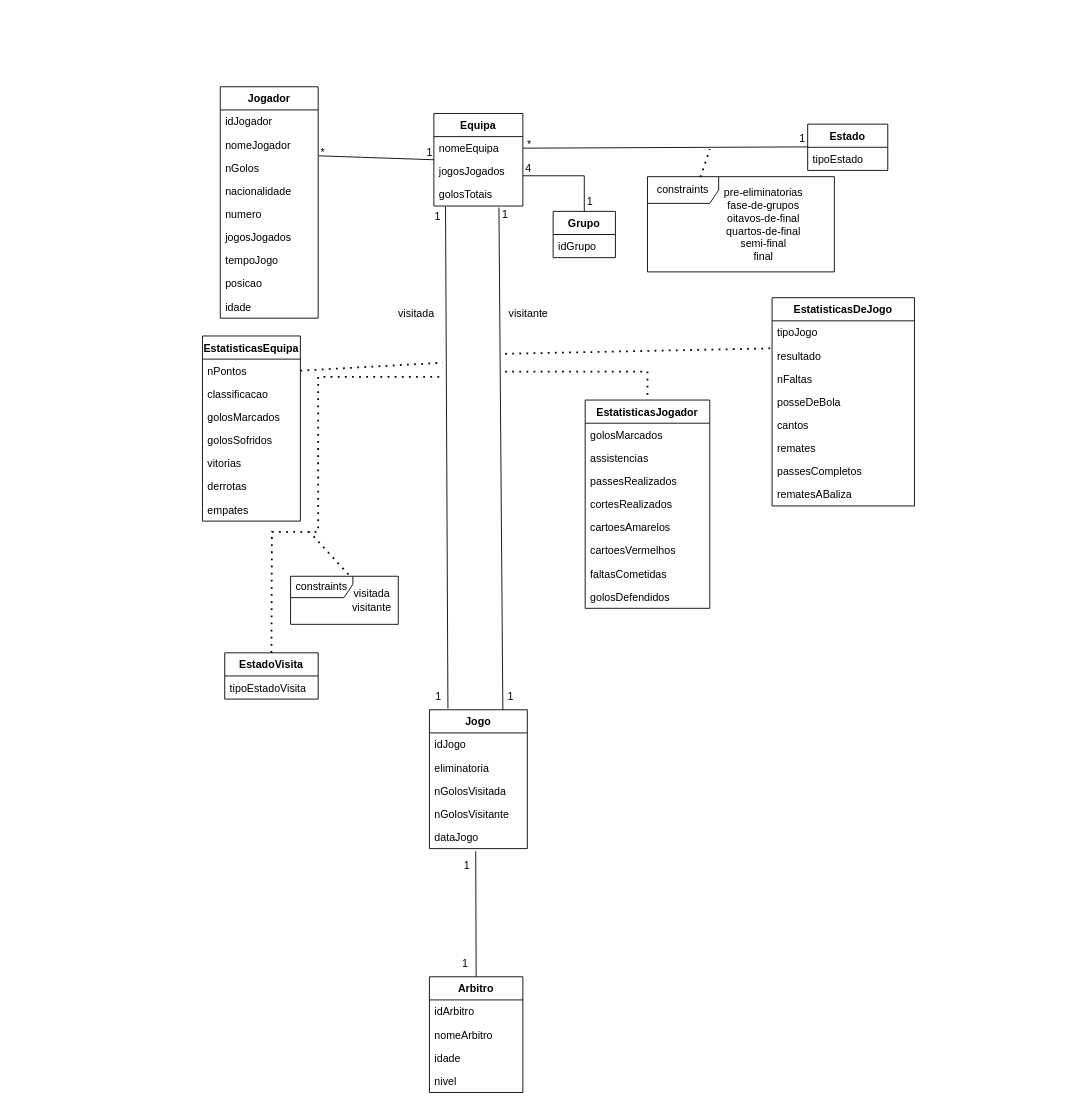
The draw.io diagram diagrama bonito.drawio in dratomitoma/BD, before the edit. Source tidied: cells renumbered, new cells numbered last; positions are measured from the earlier drawing's top-left corner, leaving out a move shared by most shapes. Both pictures are drawn from the tidied source at 89%, with x=0, y=0 at pixel (202, 86).
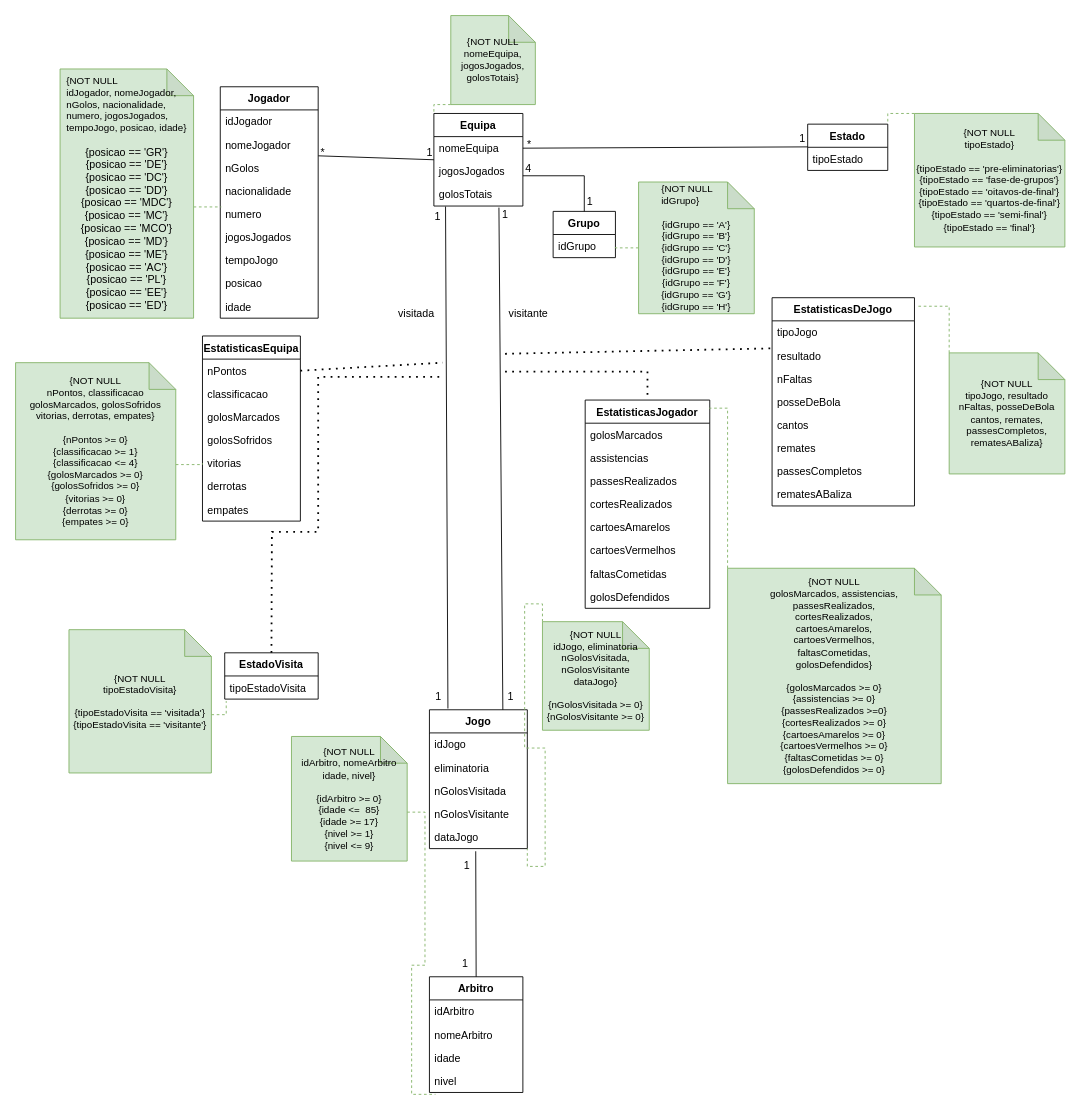
The same diagram, later.

Unchanged cells that the change refers to:
```xml
<mxCell id="2" value="Equipa" style="swimlane;fontStyle=1;align=center;verticalAlign=top;horizontal=1;startSize=26;" parent="1" vertex="1">
  <mxGeometry x="260" y="30" width="100" height="104" as="geometry" />
</mxCell>
<mxCell id="11" value="numero" style="text;strokeColor=none;fillColor=none;align=left;verticalAlign=top;spacingLeft=4;spacingRight=4;overflow=hidden;points=[[0,0.5],[1,0.5]];portConstraint=eastwest;" parent="6" vertex="1">
  <mxGeometry y="130" width="110" height="26" as="geometry" />
</mxCell>
<mxCell id="17" value="Jogo" style="swimlane;fontStyle=1;align=center;verticalAlign=top;horizontal=1;startSize=26;" parent="1" vertex="1">
  <mxGeometry x="255" y="700" width="110" height="156" as="geometry" />
</mxCell>
<mxCell id="32" value="vitorias" style="text;strokeColor=none;fillColor=none;align=left;verticalAlign=top;spacingLeft=4;spacingRight=4;overflow=hidden;points=[[0,0.5],[1,0.5]];portConstraint=eastwest;" parent="27" vertex="1">
  <mxGeometry y="130" width="110" height="26" as="geometry" />
</mxCell>
<mxCell id="38" value="Estado" style="swimlane;fontStyle=1;align=center;verticalAlign=top;horizontal=1;startSize=26;" parent="1" vertex="1">
  <mxGeometry x="680" y="42" width="90" height="52" as="geometry" />
</mxCell>
<mxCell id="41" value="idGrupo" style="text;strokeColor=none;fillColor=none;align=left;verticalAlign=top;spacingLeft=4;spacingRight=4;overflow=hidden;points=[[0,0.5],[1,0.5]];portConstraint=eastwest;" parent="40" vertex="1">
  <mxGeometry y="26" width="70" height="26" as="geometry" />
</mxCell>
<mxCell id="54" value="EstatisticasDeJogo" style="swimlane;fontStyle=1;align=center;verticalAlign=top;horizontal=1;startSize=26;" parent="1" vertex="1">
  <mxGeometry x="640" y="237" width="160" height="234" as="geometry" />
</mxCell>
<mxCell id="64" value="EstatisticasJogador" style="swimlane;fontStyle=1;align=center;verticalAlign=top;horizontal=1;startSize=26;" parent="1" vertex="1">
  <mxGeometry x="430" y="352" width="140" height="234" as="geometry" />
</mxCell>
<mxCell id="78" value="nivel" style="text;strokeColor=none;fillColor=none;align=left;verticalAlign=top;spacingLeft=4;spacingRight=4;overflow=hidden;points=[[0,0.5],[1,0.5]];portConstraint=eastwest;" parent="74" vertex="1">
  <mxGeometry y="104" width="105" height="26" as="geometry" />
</mxCell>
<mxCell id="83" value="tipoEstadoVisita" style="text;strokeColor=none;fillColor=none;align=left;verticalAlign=top;spacingLeft=4;spacingRight=4;overflow=hidden;points=[[0,0.5],[1,0.5]];portConstraint=eastwest;" parent="82" vertex="1">
  <mxGeometry y="26" width="105" height="26" as="geometry" />
</mxCell>
```

Change to the diagram source:
```diff
@@
-    <mxCell id="44" value="constraints" style="shape=umlFrame;whiteSpace=wrap;html=1;width=80;height=30;" parent="1" vertex="1">
-      <mxGeometry x="500" y="101" width="210" height="107" as="geometry" />
-    </mxCell>
-    <mxCell id="45" value="&lt;div&gt;pre-eliminatorias&lt;br&gt;&lt;/div&gt;&lt;div&gt;fase-de-grupos&lt;/div&gt;&lt;div&gt;oitavos-de-final&lt;/div&gt;&lt;div&gt;quartos-de-final&lt;/div&gt;&lt;div&gt;semi-final&lt;br&gt;&lt;/div&gt;&lt;div&gt;final&lt;br&gt;&lt;/div&gt;" style="text;html=1;align=center;verticalAlign=middle;strokeColor=none;fillColor=none;" parent="1" vertex="1">
-      <mxGeometry x="575" y="104.5" width="110" height="100" as="geometry" />
-    </mxCell>
-    <mxCell id="46" style="endArrow=none;dashed=1;html=1;dashPattern=1 3;strokeWidth=2;rounded=0;exitX=0.284;exitY=0.004;exitDx=0;exitDy=0;exitPerimeter=0;" parent="1" edge="1" source="44">
-      <mxGeometry relative="1" as="geometry">
-        <mxPoint x="570" y="70" as="targetPoint" />
-      </mxGeometry>
-    </mxCell>
@@
-    <mxCell id="85" value="constraints" style="shape=umlFrame;whiteSpace=wrap;html=1;width=70;height=24;" parent="1" vertex="1">
-      <mxGeometry x="99" y="550" width="121" height="54" as="geometry" />
-    </mxCell>
-    <mxCell id="86" value="visitada&lt;br&gt;visitante" style="text;html=1;align=center;verticalAlign=middle;strokeColor=none;fillColor=none;" parent="1" vertex="1">
-      <mxGeometry x="155" y="557" width="70" height="40" as="geometry" />
-    </mxCell>
-    <mxCell id="87" style="endArrow=none;dashed=1;html=1;dashPattern=1 3;strokeWidth=2;rounded=0;exitX=0.537;exitY=-0.037;exitDx=0;exitDy=0;exitPerimeter=0;" parent="1" edge="1" source="85">
-      <mxGeometry relative="1" as="geometry">
-        <mxPoint x="120" y="500" as="targetPoint" />
-      </mxGeometry>
-    </mxCell>
+    <mxCell id="89" style="edgeStyle=orthogonalEdgeStyle;rounded=0;jettySize=auto;html=1;exitX=0;exitY=0;exitDx=150;exitDy=155;exitPerimeter=0;entryX=0.011;entryY=0.185;entryDx=0;entryDy=0;entryPerimeter=0;dashed=1;fontSize=11;endArrow=none;endFill=0;fillColor=#d5e8d4;strokeColor=#82b366;" parent="1" edge="1" source="90" target="11">
+      <mxGeometry relative="1" as="geometry" />
+    </mxCell>
+    <mxCell id="90" value="&lt;div style=&quot;text-align: left; font-size: 11px;&quot;&gt;&lt;span style=&quot;background-color: initial;&quot;&gt;&lt;font style=&quot;font-size: 11px;&quot;&gt;{NOT NULL&lt;/font&gt;&lt;/span&gt;&lt;/div&gt;&lt;font style=&quot;font-size: 11px;&quot;&gt;&lt;span style=&quot;&quot;&gt;&lt;div style=&quot;text-align: left;&quot;&gt;&lt;span style=&quot;background-color: initial;&quot;&gt;idJogador,&amp;nbsp;&lt;/span&gt;&lt;span style=&quot;background-color: initial;&quot;&gt;nomeJogador,&lt;/span&gt;&lt;/div&gt;&lt;/span&gt;&lt;span style=&quot;&quot;&gt;&lt;div style=&quot;text-align: left;&quot;&gt;&lt;span style=&quot;background-color: initial;&quot;&gt;nGolos,&amp;nbsp;&lt;/span&gt;&lt;span style=&quot;background-color: initial;&quot;&gt;nacionalidade,&lt;/span&gt;&lt;/div&gt;&lt;/span&gt;&lt;span style=&quot;&quot;&gt;&lt;div style=&quot;text-align: left;&quot;&gt;&lt;span style=&quot;background-color: initial;&quot;&gt;numero,&amp;nbsp;&lt;/span&gt;&lt;span style=&quot;background-color: initial;&quot;&gt;jogosJogados,&lt;/span&gt;&lt;/div&gt;&lt;/span&gt;&lt;span style=&quot;&quot;&gt;&lt;div style=&quot;text-align: left;&quot;&gt;&lt;span style=&quot;background-color: initial;&quot;&gt;tempoJogo,&amp;nbsp;&lt;/span&gt;&lt;span style=&quot;background-color: initial;&quot;&gt;posicao,&amp;nbsp;&lt;/span&gt;&lt;span style=&quot;background-color: initial;&quot;&gt;idade&lt;/span&gt;&lt;span style=&quot;background-color: initial;&quot;&gt;}&lt;/span&gt;&lt;/div&gt;&lt;/span&gt;&lt;/font&gt;&lt;div style=&quot;text-align: left; font-size: 11px;&quot;&gt;&lt;br&gt;&lt;/div&gt;{posicao == 'GR'}&lt;br&gt;{posicao == 'DE'}&lt;br&gt;{posicao == 'DC'}&lt;br&gt;{posicao == 'DD'}&lt;br&gt;{posicao == 'MDC'}&lt;br&gt;{posicao == 'MC'}&lt;br&gt;{posicao == 'MCO'}&lt;br&gt;{posicao == 'MD'}&lt;br&gt;{posicao == 'ME'}&lt;br&gt;{posicao == 'AC'}&lt;br&gt;{posicao == 'PL'}&lt;br&gt;{posicao == 'EE'}&lt;br&gt;{posicao == 'ED'}" style="shape=note;whiteSpace=wrap;html=1;backgroundOutline=1;darkOpacity=0.05;fillColor=#d5e8d4;strokeColor=#82b366;" parent="1" vertex="1">
+      <mxGeometry x="-160" y="-20" width="150" height="280" as="geometry" />
+    </mxCell>
+    <mxCell id="91" style="edgeStyle=orthogonalEdgeStyle;rounded=0;jettySize=auto;html=1;exitX=0;exitY=1;exitDx=0;exitDy=0;exitPerimeter=0;entryX=0;entryY=0;entryDx=0;entryDy=0;dashed=1;fontSize=11;endArrow=none;endFill=0;fillColor=#d5e8d4;strokeColor=#82b366;" parent="1" edge="1" source="92" target="2">
+      <mxGeometry relative="1" as="geometry" />
+    </mxCell>
+    <mxCell id="92" value="{NOT NULL&lt;br&gt;nomeEquipa, jogosJogados, golosTotais}" style="shape=note;whiteSpace=wrap;html=1;backgroundOutline=1;darkOpacity=0.05;fontSize=11;fillColor=#d5e8d4;strokeColor=#82b366;" parent="1" vertex="1">
+      <mxGeometry x="279" y="-80" width="95" height="100" as="geometry" />
+    </mxCell>
+    <mxCell id="93" style="edgeStyle=orthogonalEdgeStyle;rounded=0;jettySize=auto;html=1;exitX=0;exitY=0.5;exitDx=0;exitDy=0;exitPerimeter=0;entryX=1;entryY=0.5;entryDx=0;entryDy=0;dashed=1;fontSize=11;endArrow=none;endFill=0;fillColor=#d5e8d4;strokeColor=#82b366;" parent="1" edge="1" source="94" target="41">
+      <mxGeometry relative="1" as="geometry" />
+    </mxCell>
+    <mxCell id="94" value="&lt;div style=&quot;text-align: left;&quot;&gt;&lt;span style=&quot;background-color: initial;&quot;&gt;{NOT NULL&lt;/span&gt;&lt;/div&gt;&lt;div style=&quot;text-align: left;&quot;&gt;&lt;span style=&quot;background-color: initial;&quot;&gt;idGrupo}&lt;/span&gt;&lt;/div&gt;&lt;br&gt;{idGrupo == 'A'}&lt;br&gt;{idGrupo == 'B'}&lt;br&gt;{idGrupo == 'C'}&lt;br&gt;{idGrupo == 'D'}&lt;br&gt;{idGrupo == 'E'}&lt;br&gt;{idGrupo == 'F'}&lt;br&gt;{idGrupo == 'G'}&lt;br&gt;{idGrupo == 'H'}" style="shape=note;whiteSpace=wrap;html=1;backgroundOutline=1;darkOpacity=0.05;fontSize=11;fillColor=#d5e8d4;strokeColor=#82b366;" parent="1" vertex="1">
+      <mxGeometry x="490" y="107" width="130" height="148" as="geometry" />
+    </mxCell>
+    <mxCell id="95" style="edgeStyle=orthogonalEdgeStyle;rounded=0;jettySize=auto;html=1;exitX=0;exitY=0;exitDx=0;exitDy=0;exitPerimeter=0;entryX=1;entryY=0;entryDx=0;entryDy=0;dashed=1;fontSize=11;endArrow=none;endFill=0;fillColor=#d5e8d4;strokeColor=#82b366;" parent="1" edge="1" source="96" target="38">
+      <mxGeometry relative="1" as="geometry" />
+    </mxCell>
+    <mxCell id="96" value="{NOT NULL&lt;br&gt;tipoEstado}&lt;br&gt;&lt;br&gt;{tipoEstado == 'pre-eliminatorias'}&lt;br&gt;{tipoEstado == 'fase-de-grupos'}&lt;br&gt;{tipoEstado == 'oitavos-de-final'}&lt;br&gt;{tipoEstado == 'quartos-de-final'}&lt;br&gt;{tipoEstado == 'semi-final'}&lt;br&gt;{tipoEstado == 'final'}" style="shape=note;whiteSpace=wrap;html=1;backgroundOutline=1;darkOpacity=0.05;fontSize=11;fillColor=#d5e8d4;strokeColor=#82b366;" parent="1" vertex="1">
+      <mxGeometry x="800" y="30" width="169" height="150" as="geometry" />
+    </mxCell>
+    <mxCell id="97" style="edgeStyle=orthogonalEdgeStyle;rounded=0;jettySize=auto;html=1;exitX=0;exitY=0;exitDx=0;exitDy=0;exitPerimeter=0;entryX=1.013;entryY=0.041;entryDx=0;entryDy=0;entryPerimeter=0;dashed=1;fontSize=11;endArrow=none;endFill=0;fillColor=#d5e8d4;strokeColor=#82b366;" parent="1" edge="1" source="98" target="54">
+      <mxGeometry relative="1" as="geometry" />
+    </mxCell>
+    <mxCell id="98" value="{NOT NULL&lt;br&gt;tipoJogo, resultado&lt;br&gt;nFaltas, posseDeBola&lt;br&gt;cantos, remates,&lt;br&gt;passesCompletos,&lt;br&gt;rematesABaliza}" style="shape=note;whiteSpace=wrap;html=1;backgroundOutline=1;darkOpacity=0.05;fontSize=11;fillColor=#d5e8d4;strokeColor=#82b366;" parent="1" vertex="1">
+      <mxGeometry x="839" y="299" width="130" height="136" as="geometry" />
+    </mxCell>
+    <mxCell id="99" style="edgeStyle=orthogonalEdgeStyle;rounded=0;jettySize=auto;html=1;exitX=0;exitY=0;exitDx=0;exitDy=0;exitPerimeter=0;entryX=0.995;entryY=0.039;entryDx=0;entryDy=0;entryPerimeter=0;dashed=1;fontSize=11;endArrow=none;endFill=0;fillColor=#d5e8d4;strokeColor=#82b366;" parent="1" edge="1" source="100" target="64">
+      <mxGeometry relative="1" as="geometry" />
+    </mxCell>
+    <mxCell id="100" value="{NOT NULL&lt;br&gt;golosMarcados, assistencias,&lt;br&gt;passesRealizados,&lt;br&gt;cortesRealizados,&lt;br&gt;cartoesAmarelos,&lt;br&gt;cartoesVermelhos,&lt;br&gt;faltasCometidas,&lt;br&gt;golosDefendidos}&lt;br&gt;&lt;br&gt;{golosMarcados &amp;gt;= 0}&lt;br&gt;{assistencias &amp;gt;= 0}&lt;br&gt;{passesRealizados &amp;gt;=0}&lt;br&gt;{cortesRealizados &amp;gt;= 0}&lt;br&gt;{cartoesAmarelos &amp;gt;= 0}&lt;br&gt;{cartoesVermelhos &amp;gt;= 0}&lt;br&gt;{faltasCometidas &amp;gt;= 0}&lt;br&gt;{golosDefendidos &amp;gt;= 0}" style="shape=note;whiteSpace=wrap;html=1;backgroundOutline=1;darkOpacity=0.05;fontSize=11;fillColor=#d5e8d4;strokeColor=#82b366;" parent="1" vertex="1">
+      <mxGeometry x="590" y="541" width="240" height="242" as="geometry" />
+    </mxCell>
+    <mxCell id="101" style="edgeStyle=orthogonalEdgeStyle;rounded=0;jettySize=auto;html=1;exitX=0;exitY=0;exitDx=160;exitDy=95.5;exitPerimeter=0;entryX=0.016;entryY=1.087;entryDx=0;entryDy=0;entryPerimeter=0;dashed=1;fontSize=11;endArrow=none;endFill=0;fillColor=#d5e8d4;strokeColor=#82b366;" parent="1" edge="1" source="102" target="83">
+      <mxGeometry relative="1" as="geometry" />
+    </mxCell>
+    <mxCell id="102" value="{NOT NULL&lt;br&gt;tipoEstadoVisita}&lt;br&gt;&lt;br&gt;{tipoEstadoVisita == 'visitada'}&lt;br&gt;{tipoEstadoVisita == 'visitante'}" style="shape=note;whiteSpace=wrap;html=1;backgroundOutline=1;darkOpacity=0.05;fontSize=11;fillColor=#d5e8d4;strokeColor=#82b366;" parent="1" vertex="1">
+      <mxGeometry x="-150" y="610" width="160" height="161" as="geometry" />
+    </mxCell>
+    <mxCell id="103" style="edgeStyle=orthogonalEdgeStyle;rounded=0;jettySize=auto;html=1;exitX=0;exitY=0;exitDx=180;exitDy=114.5;exitPerimeter=0;entryX=0;entryY=0.5;entryDx=0;entryDy=0;dashed=1;fontSize=11;endArrow=none;endFill=0;fillColor=#d5e8d4;strokeColor=#82b366;" parent="1" edge="1" source="104" target="32">
+      <mxGeometry relative="1" as="geometry" />
+    </mxCell>
+    <mxCell id="104" value="{NOT NULL&lt;br&gt;nPontos, classificacao&lt;br&gt;golosMarcados, golosSofridos&lt;br&gt;vitorias, derrotas, empates}&lt;br&gt;&lt;br&gt;{nPontos &amp;gt;= 0}&lt;br&gt;{classificacao &amp;gt;= 1}&lt;br&gt;{classificacao &amp;lt;= 4}&lt;br&gt;{golosMarcados &amp;gt;= 0}&lt;br&gt;{golosSofridos &amp;gt;= 0}&lt;br&gt;{vitorias &amp;gt;= 0}&lt;br&gt;{derrotas &amp;gt;= 0}&lt;br&gt;{empates &amp;gt;= 0}" style="shape=note;whiteSpace=wrap;html=1;backgroundOutline=1;darkOpacity=0.05;fontSize=11;fillColor=#d5e8d4;strokeColor=#82b366;" parent="1" vertex="1">
+      <mxGeometry x="-210" y="310" width="180" height="199" as="geometry" />
+    </mxCell>
+    <mxCell id="105" style="edgeStyle=orthogonalEdgeStyle;rounded=0;jettySize=auto;html=1;exitX=0;exitY=0;exitDx=130;exitDy=85;exitPerimeter=0;entryX=0.065;entryY=1.08;entryDx=0;entryDy=0;entryPerimeter=0;dashed=1;fontSize=11;endArrow=none;endFill=0;fillColor=#d5e8d4;strokeColor=#82b366;" parent="1" edge="1" source="106" target="78">
+      <mxGeometry relative="1" as="geometry" />
+    </mxCell>
+    <mxCell id="106" value="{NOT NULL&lt;br&gt;idArbitro, nomeArbitro&lt;br&gt;idade, nivel}&lt;br&gt;&lt;br&gt;{idArbitro &amp;gt;= 0}&lt;br&gt;{idade &amp;lt;=&amp;nbsp; 85}&lt;br&gt;{idade &amp;gt;= 17}&lt;br&gt;{nivel &amp;gt;= 1}&lt;br&gt;{nivel &amp;lt;= 9}" style="shape=note;whiteSpace=wrap;html=1;backgroundOutline=1;darkOpacity=0.05;fontSize=11;fillColor=#d5e8d4;strokeColor=#82b366;" parent="1" vertex="1">
+      <mxGeometry x="100" y="730" width="130" height="140" as="geometry" />
+    </mxCell>
+    <mxCell id="107" style="edgeStyle=orthogonalEdgeStyle;rounded=0;jettySize=auto;html=1;exitX=0;exitY=0;exitDx=0;exitDy=0;exitPerimeter=0;entryX=1;entryY=1;entryDx=0;entryDy=0;fontSize=11;dashed=1;endArrow=none;endFill=0;fillColor=#d5e8d4;strokeColor=#82b366;" parent="1" edge="1" source="108" target="17">
+      <mxGeometry relative="1" as="geometry" />
+    </mxCell>
+    <mxCell id="108" value="{NOT NULL&lt;br&gt;idJogo, eliminatoria&lt;br&gt;nGolosVisitada,&lt;br&gt;nGolosVisitante&lt;br&gt;dataJogo}&lt;br&gt;&lt;br&gt;{nGolosVisitada &amp;gt;= 0}&lt;br&gt;{nGolosVisitante &amp;gt;= 0}" style="shape=note;whiteSpace=wrap;html=1;backgroundOutline=1;darkOpacity=0.05;fontSize=11;fillColor=#d5e8d4;strokeColor=#82b366;" parent="1" vertex="1">
+      <mxGeometry x="382" y="601" width="120" height="122" as="geometry" />
+    </mxCell>
```
